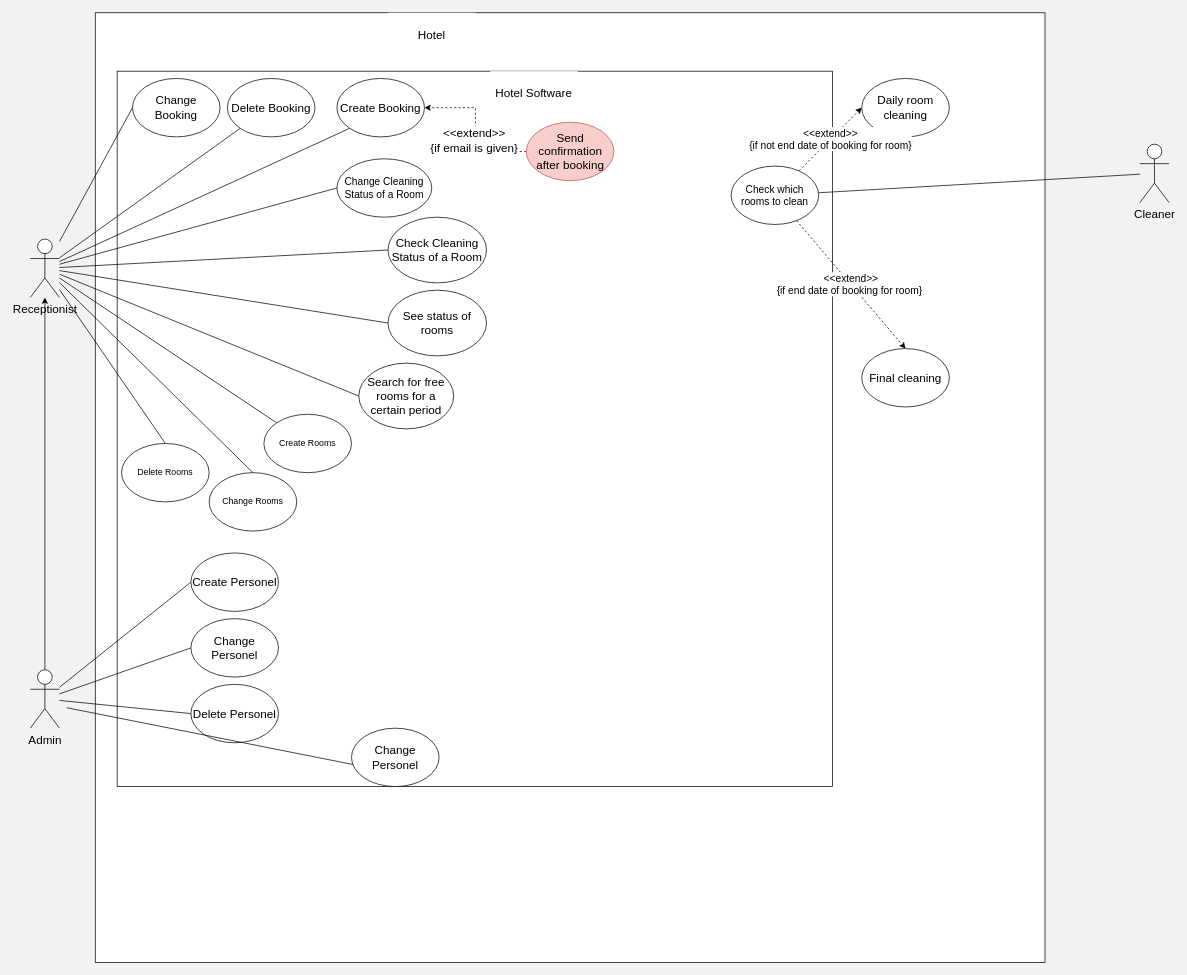
Before: use_case_diagram.drawio in N4ims/hotel-system, a draw.io diagram. Source tidied: cells renumbered, new cells numbered last; positions are measured from the earlier drawing's top-left corner, leaving out a move shared by most shapes. Both pictures are drawn from the tidied source at 73%, with x=0, y=0 at pixel (30, 12).
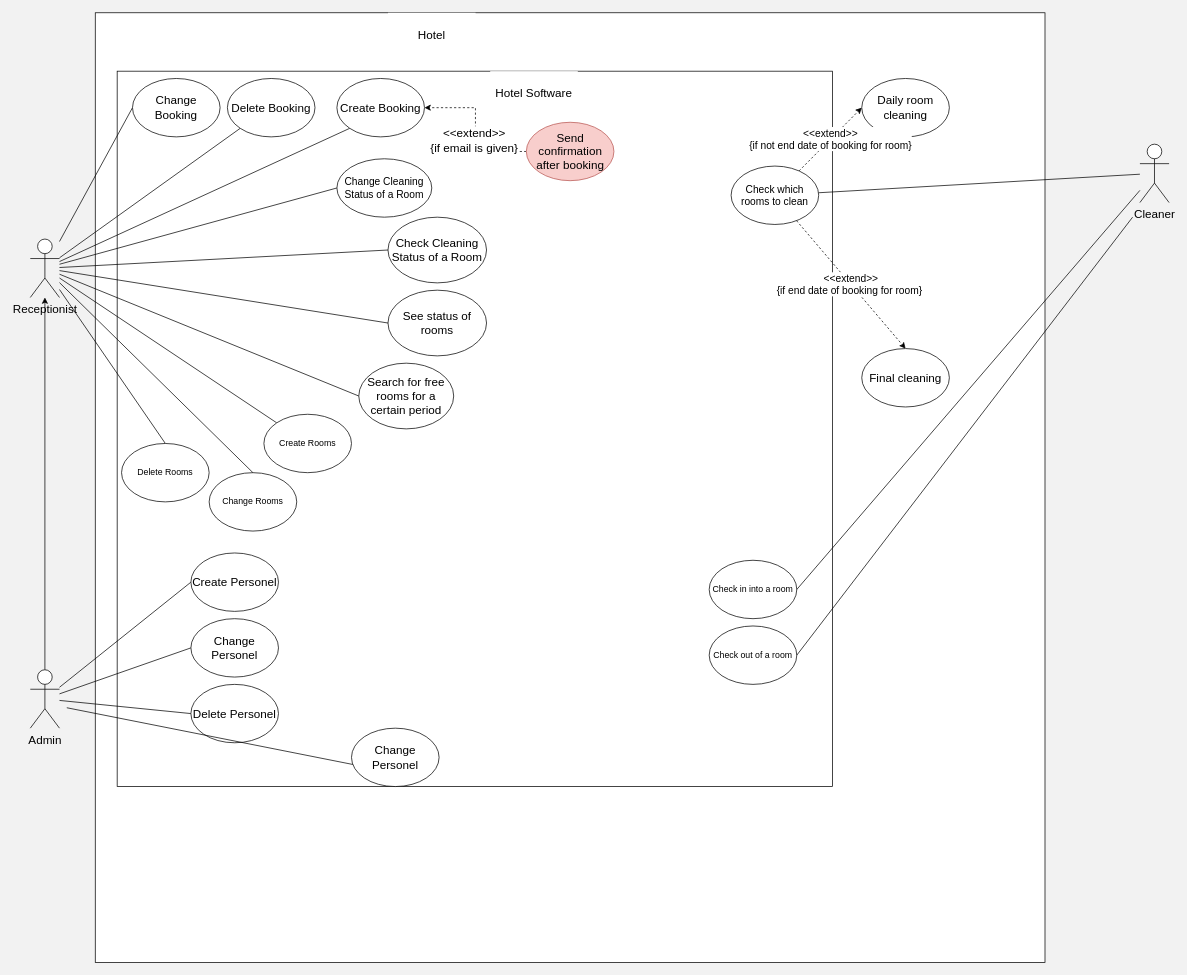
After the change.

The change refers to these unchanged cells:
```xml
<mxCell id="32" value="Cleaner" style="shape=umlActor;verticalLabelPosition=bottom;verticalAlign=top;html=1;outlineConnect=0;fontSize=16;" parent="1" vertex="1">
  <mxGeometry x="1520" y="180" width="40" height="80" as="geometry" />
</mxCell>
```

The edit, as a diff of the source:
```diff
@@
+    <mxCell id="47" value="Check in into a room" style="ellipse;whiteSpace=wrap;html=1;" parent="1" vertex="1">
+      <mxGeometry x="930" y="750" width="120" height="80" as="geometry" />
+    </mxCell>
+    <mxCell id="48" value="Check out of a room" style="ellipse;whiteSpace=wrap;html=1;" parent="1" vertex="1">
+      <mxGeometry x="930" y="840" width="120" height="80" as="geometry" />
+    </mxCell>
+    <mxCell id="49" style="endArrow=none;html=1;rounded=0;exitX=1;exitY=0.5;exitDx=0;exitDy=0;" parent="1" edge="1" source="47" target="32">
+      <mxGeometry relative="1" as="geometry" />
+    </mxCell>
+    <mxCell id="50" style="endArrow=none;html=1;rounded=0;exitX=1;exitY=0.5;exitDx=0;exitDy=0;" parent="1" edge="1" source="48">
+      <mxGeometry relative="1" as="geometry">
+        <mxPoint x="1510" y="280" as="targetPoint" />
+      </mxGeometry>
+    </mxCell>
```
